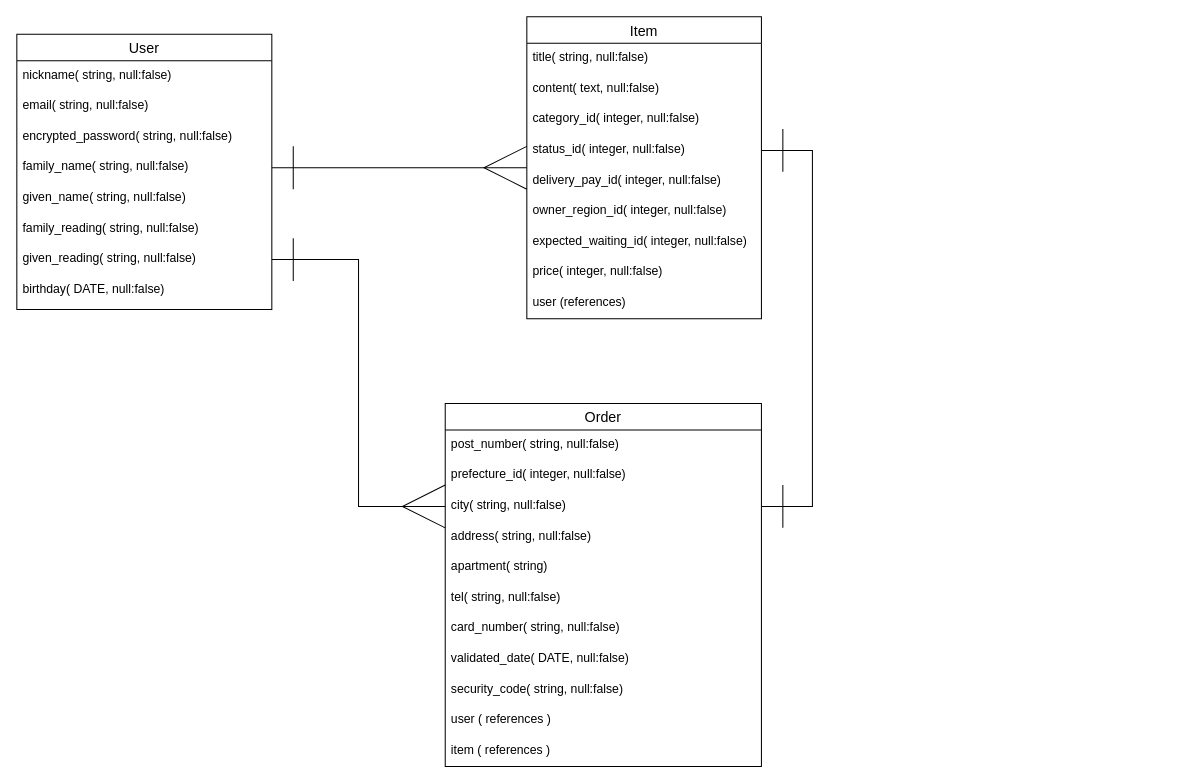
Above: table_ER.dio in Nalicyclica/furima-36391 (draw.io), before the change. Source tidied: cells renumbered, new cells numbered last; positions are measured from the earlier drawing's top-left corner, leaving out a move shared by most shapes. Both pictures are drawn from the tidied source at 102%, with x=0, y=0 at pixel (16, 16).
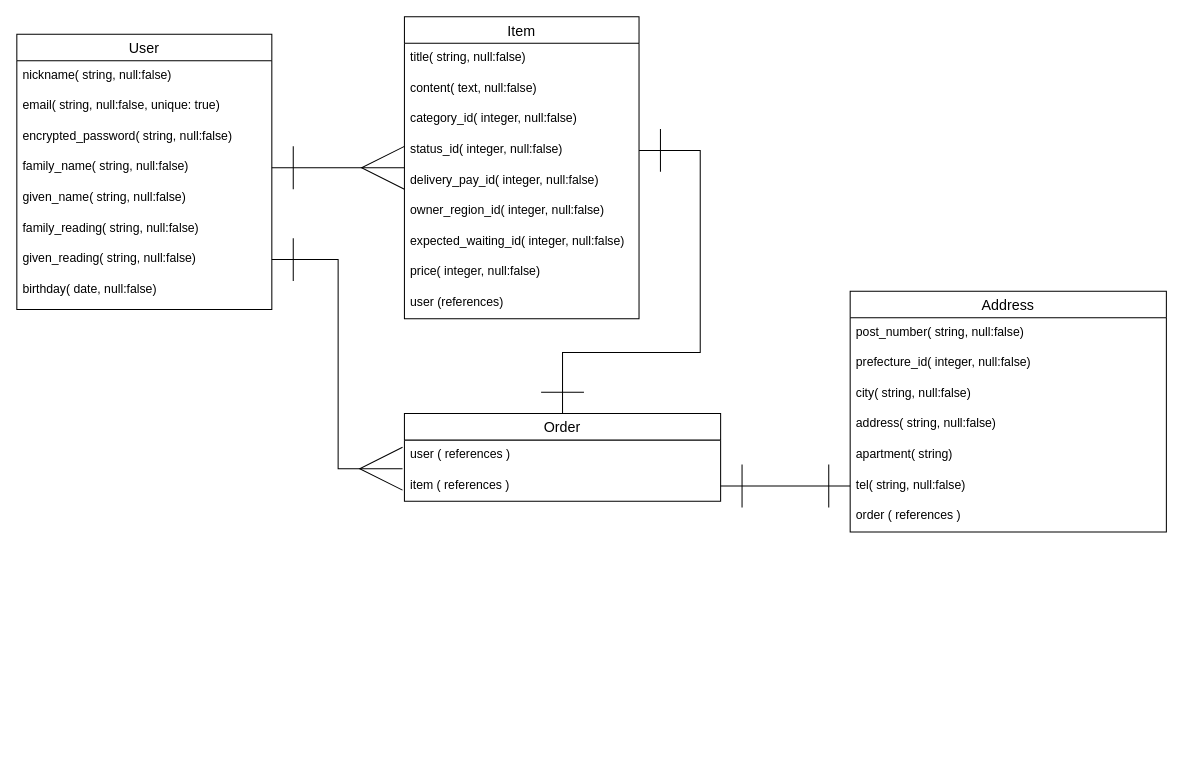
After the change.

Commit message (it also covers changes not shown here):
データベーステーブル設計レビュー箇所の修正１

Unchanged cells that the change refers to:
```xml
<mxCell id="2" value="User" style="swimlane;fontStyle=0;horizontal=1;startSize=26;align=center;fontSize=14;" parent="1" vertex="1">
  <mxGeometry y="17" width="250" height="270" as="geometry" />
</mxCell>
<mxCell id="9" value="given_reading( string, null:false)" style="text;strokeColor=none;fillColor=none;spacingLeft=4;spacingRight=4;overflow=hidden;points=[[0,0.5],[1,0.5]];portConstraint=eastwest;fontSize=12;" parent="2" vertex="1">
  <mxGeometry y="206" width="250" height="30" as="geometry" />
</mxCell>
<mxCell id="15" value="status_id( integer, null:false)" style="text;strokeColor=none;fillColor=none;spacingLeft=4;spacingRight=4;overflow=hidden;points=[[0,0.5],[1,0.5]];portConstraint=eastwest;fontSize=12;" parent="11" vertex="1">
  <mxGeometry y="116" width="230" height="30" as="geometry" />
</mxCell>
<mxCell id="24" value="city( string, null:false)" style="text;strokeColor=none;fillColor=none;spacingLeft=4;spacingRight=4;overflow=hidden;points=[[0,0.5],[1,0.5]];portConstraint=eastwest;fontSize=12;" parent="21" vertex="1">
  <mxGeometry y="86" width="310" height="30" as="geometry" />
</mxCell>
<mxCell id="27" value="tel( string, null:false)" style="text;strokeColor=none;fillColor=none;spacingLeft=4;spacingRight=4;overflow=hidden;points=[[0,0.5],[1,0.5]];portConstraint=eastwest;fontSize=12;" parent="21" vertex="1">
  <mxGeometry y="176" width="310" height="30" as="geometry" />
</mxCell>
```

Diff of the diagram source:
```diff
@@
-    <mxCell id="4" value="email( string, null:false)" style="text;strokeColor=none;fillColor=none;spacingLeft=4;spacingRight=4;overflow=hidden;fontSize=12;" parent="2" vertex="1">
+    <mxCell id="4" value="email( string, null:false, unique: true)" style="text;strokeColor=none;fillColor=none;spacingLeft=4;spacingRight=4;overflow=hidden;fontSize=12;" parent="2" vertex="1">
       <mxGeometry y="56" width="250" height="30" as="geometry" />
     </mxCell>
@@
-    <mxCell id="10" value="birthday( DATE, null:false)" style="text;strokeColor=none;fillColor=none;spacingLeft=4;spacingRight=4;overflow=hidden;fontSize=12;" parent="2" vertex="1">
+    <mxCell id="10" value="birthday( date, null:false)" style="text;strokeColor=none;fillColor=none;spacingLeft=4;spacingRight=4;overflow=hidden;fontSize=12;" parent="2" vertex="1">
       <mxGeometry y="236" width="250" height="34" as="geometry" />
     </mxCell>
     <mxCell id="11" value="Item" style="swimlane;fontStyle=0;horizontal=1;startSize=26;align=center;fontSize=14;" parent="1" vertex="1">
-      <mxGeometry x="500" width="230" height="296" as="geometry" />
+      <mxGeometry x="380" width="230" height="296" as="geometry" />
     </mxCell>
@@
-    <mxCell id="21" value="Order" style="swimlane;fontStyle=0;horizontal=1;startSize=26;align=center;fontSize=14;" parent="1" vertex="1">
-      <mxGeometry x="420" y="379" width="310" height="356" as="geometry" />
+    <mxCell id="21" value="Address" style="swimlane;fontStyle=0;horizontal=1;startSize=26;align=center;fontSize=14;" parent="1" vertex="1">
+      <mxGeometry x="817" y="269" width="310" height="236" as="geometry" />
     </mxCell>
@@
-    <mxCell id="28" value="card_number( string, null:false)" style="text;strokeColor=none;fillColor=none;spacingLeft=4;spacingRight=4;overflow=hidden;fontSize=12;" parent="21" vertex="1">
-      <mxGeometry y="206" width="310" height="30" as="geometry" />
-    </mxCell>
-    <mxCell id="29" value="validated_date( DATE, null:false)" style="text;strokeColor=none;fillColor=none;spacingLeft=4;spacingRight=4;overflow=hidden;fontSize=12;" parent="21" vertex="1">
-      <mxGeometry y="236" width="310" height="30" as="geometry" />
-    </mxCell>
-    <mxCell id="30" value="security_code( string, null:false)" style="text;strokeColor=none;fillColor=none;spacingLeft=4;spacingRight=4;overflow=hidden;fontSize=12;" parent="21" vertex="1">
-      <mxGeometry y="266" width="310" height="30" as="geometry" />
-    </mxCell>
-    <mxCell id="31" value="user ( references )" style="text;strokeColor=none;fillColor=none;spacingLeft=4;spacingRight=4;overflow=hidden;fontSize=12;" parent="21" vertex="1">
-      <mxGeometry y="296" width="310" height="30" as="geometry" />
+    <mxCell id="31" value="order ( references )" style="text;strokeColor=none;fillColor=none;spacingLeft=4;spacingRight=4;overflow=hidden;fontSize=12;" parent="21" vertex="1">
+      <mxGeometry y="206" width="310" height="30" as="geometry" />
     </mxCell>
-    <mxCell id="32" value="item ( references )" style="text;strokeColor=none;fillColor=none;spacingLeft=4;spacingRight=4;overflow=hidden;points=[[0,0.5],[1,0.5]];portConstraint=eastwest;fontSize=12;" parent="21" vertex="1">
-      <mxGeometry y="326" width="310" height="30" as="geometry" />
-    </mxCell>
@@
-    <mxCell id="34" style="edgeStyle=orthogonalEdgeStyle;rounded=0;jettySize=auto;html=1;exitX=1;exitY=0.5;exitDx=0;exitDy=0;entryX=0;entryY=0.5;entryDx=0;entryDy=0;startArrow=ERone;startFill=0;endArrow=ERmany;endFill=0;startSize=40;endSize=40;" parent="1" edge="1" source="9" target="24">
+    <mxCell id="34" style="edgeStyle=orthogonalEdgeStyle;rounded=0;jettySize=auto;html=1;exitX=1;exitY=0.5;exitDx=0;exitDy=0;entryX=-0.006;entryY=0.933;entryDx=0;entryDy=0;startArrow=ERone;startFill=0;endArrow=ERmany;endFill=0;startSize=40;endSize=40;entryPerimeter=0;" parent="1" edge="1" source="9" target="37">
       <mxGeometry relative="1" as="geometry" />
     </mxCell>
-    <mxCell id="35" style="edgeStyle=orthogonalEdgeStyle;rounded=0;jettySize=auto;html=1;exitX=1;exitY=0.5;exitDx=0;exitDy=0;entryX=1;entryY=0.5;entryDx=0;entryDy=0;startArrow=ERone;startFill=0;endArrow=ERone;endFill=0;startSize=40;endSize=40;" parent="1" edge="1" source="15" target="24">
-      <mxGeometry relative="1" as="geometry" />
+    <mxCell id="35" style="edgeStyle=orthogonalEdgeStyle;rounded=0;jettySize=auto;html=1;exitX=1;exitY=0.5;exitDx=0;exitDy=0;startArrow=ERone;startFill=0;endArrow=ERone;endFill=0;startSize=40;endSize=40;entryX=0.5;entryY=0;entryDx=0;entryDy=0;" parent="1" edge="1" source="15" target="36">
+      <mxGeometry relative="1" as="geometry">
+        <Array as="points">
+          <mxPoint x="670" y="131" />
+          <mxPoint x="670" y="329" />
+          <mxPoint x="535" y="329" />
+        </Array>
+      </mxGeometry>
     </mxCell>
+    <mxCell id="36" value="Order" style="swimlane;fontStyle=0;horizontal=1;startSize=26;align=center;fontSize=14;" parent="1" vertex="1">
+      <mxGeometry x="380" y="389" width="310" height="86" as="geometry" />
+    </mxCell>
+    <mxCell id="37" value="user ( references )" style="text;strokeColor=none;fillColor=none;spacingLeft=4;spacingRight=4;overflow=hidden;points=[[0,0.5],[1,0.5]];portConstraint=eastwest;fontSize=12;" parent="36" vertex="1">
+      <mxGeometry y="26" width="310" height="30" as="geometry" />
+    </mxCell>
+    <mxCell id="32" value="item ( references )" style="text;strokeColor=none;fillColor=none;spacingLeft=4;spacingRight=4;overflow=hidden;points=[[0,0.5],[1,0.5]];portConstraint=eastwest;fontSize=12;" parent="36" vertex="1">
+      <mxGeometry y="56" width="310" height="30" as="geometry" />
+    </mxCell>
+    <mxCell id="38" style="edgeStyle=orthogonalEdgeStyle;rounded=0;jettySize=auto;html=1;exitX=1;exitY=0.5;exitDx=0;exitDy=0;entryX=0;entryY=0.5;entryDx=0;entryDy=0;startArrow=ERone;startFill=0;endArrow=ERone;endFill=0;startSize=40;endSize=40;" parent="1" edge="1" source="32" target="27">
+      <mxGeometry relative="1" as="geometry" />
+    </mxCell>
```
